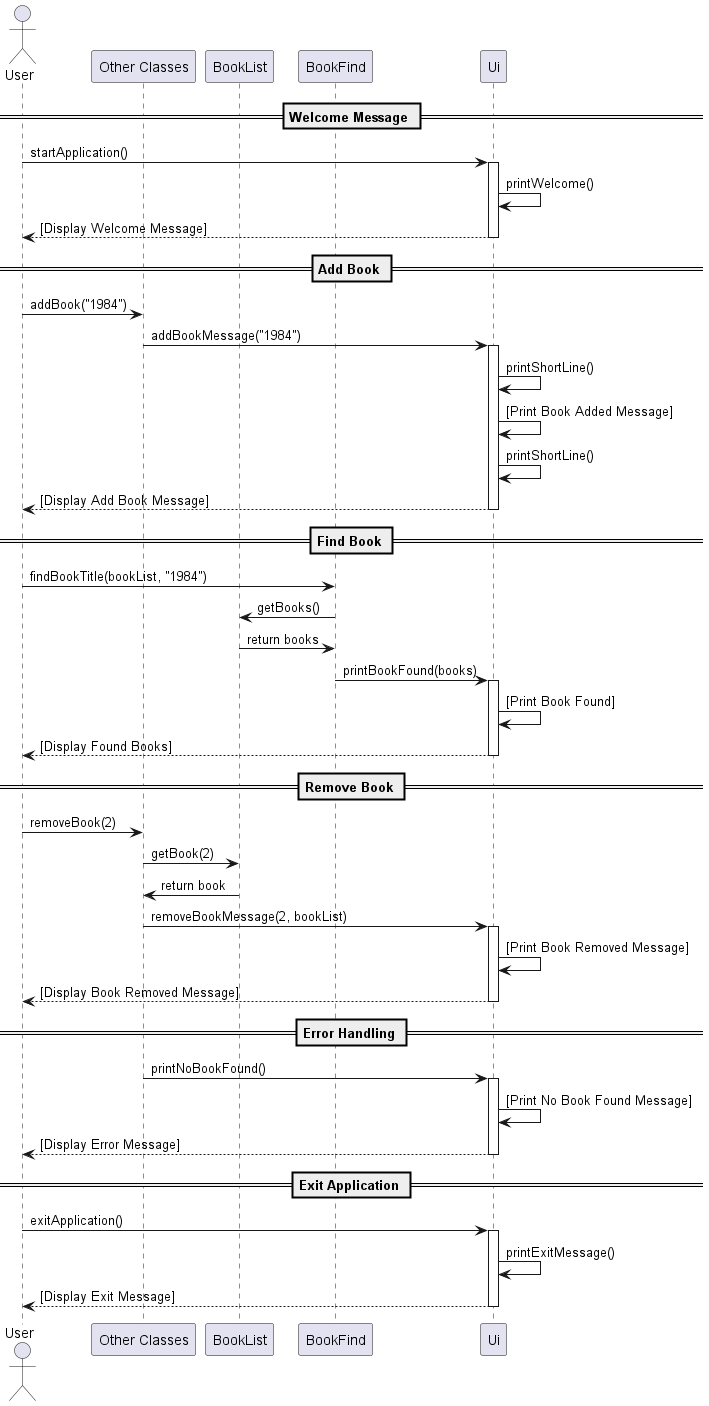
Before: docs/UML_diagrams/Ui.png, a diagram exported from PlantUML (AY2324S2-CS2113-F15-4/tp). Source of this version:
```plantuml
@startuml
actor User
participant "Other Classes" as OtherClasses
participant "BookList" as BookList
participant "BookFind" as BookFind
participant "Ui" as Ui

== Welcome Message ==
User -> Ui : startApplication()
activate Ui
Ui -> Ui : printWelcome()
Ui --> User : [Display Welcome Message]
deactivate Ui

== Add Book ==
User -> OtherClasses : addBook("1984")
OtherClasses -> Ui : addBookMessage("1984")
activate Ui
Ui -> Ui : printShortLine()
Ui -> Ui : [Print Book Added Message]
Ui -> Ui : printShortLine()
Ui --> User : [Display Add Book Message]
deactivate Ui

== Find Book ==
User -> BookFind : findBookTitle(bookList, "1984")
BookFind -> BookList : getBooks()
BookList -> BookFind : return books
BookFind -> Ui : printBookFound(books)
activate Ui
Ui -> Ui : [Print Book Found]
Ui --> User : [Display Found Books]
deactivate Ui

== Remove Book ==
User -> OtherClasses : removeBook(2)
OtherClasses -> BookList : getBook(2)
BookList -> OtherClasses : return book
OtherClasses -> Ui : removeBookMessage(2, bookList)
activate Ui
Ui -> Ui : [Print Book Removed Message]
Ui --> User : [Display Book Removed Message]
deactivate Ui

== Error Handling ==
OtherClasses -> Ui : printNoBookFound()
activate Ui
Ui -> Ui : [Print No Book Found Message]
Ui --> User : [Display Error Message]
deactivate Ui

== Exit Application ==
User -> Ui : exitApplication()
activate Ui
Ui -> Ui : printExitMessage()
Ui --> User : [Display Exit Message]
deactivate Ui

@enduml
```
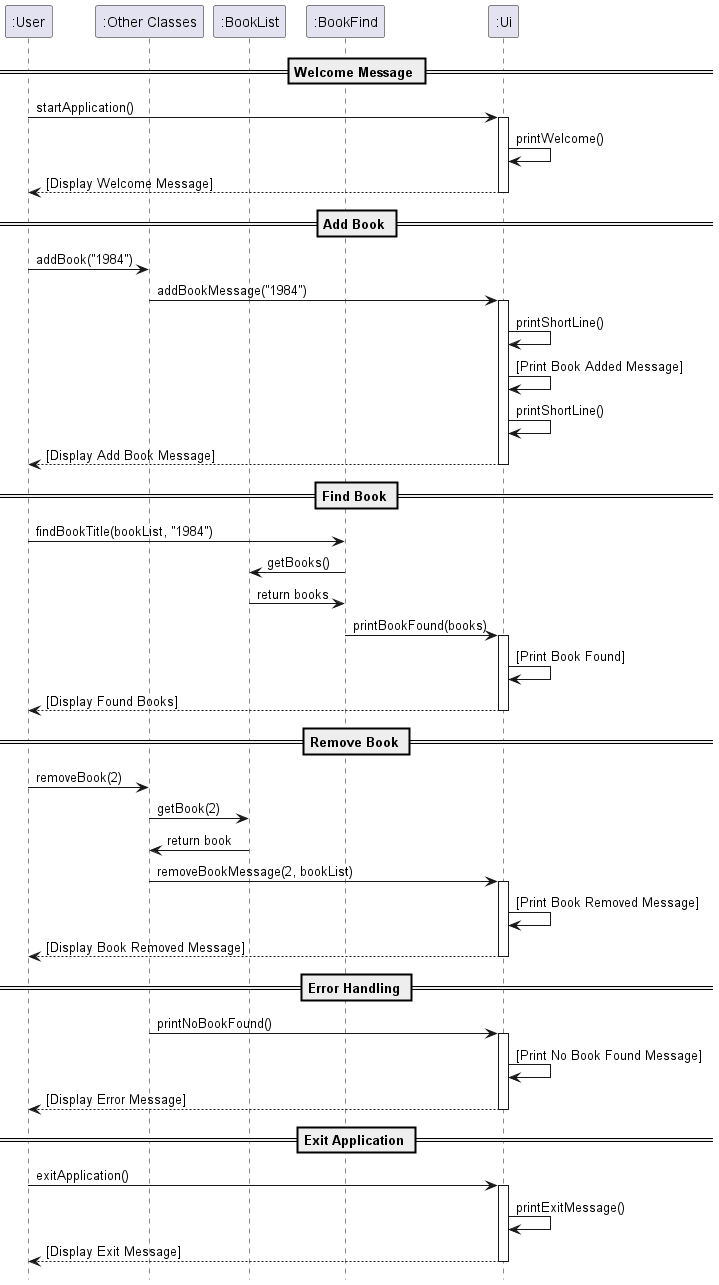
The same diagram one commit later.

What changed in the source:
```diff
@@ -1,9 +1,10 @@
 @startuml
-actor User
-participant "Other Classes" as OtherClasses
-participant "BookList" as BookList
-participant "BookFind" as BookFind
-participant "Ui" as Ui
+participant ":User" as User
+participant ":Other Classes" as OtherClasses
+participant ":BookList" as BookList
+participant ":BookFind" as BookFind
+participant ":Ui" as Ui
+hide footbox
 
 == Welcome Message ==
 User -> Ui : startApplication()
```
